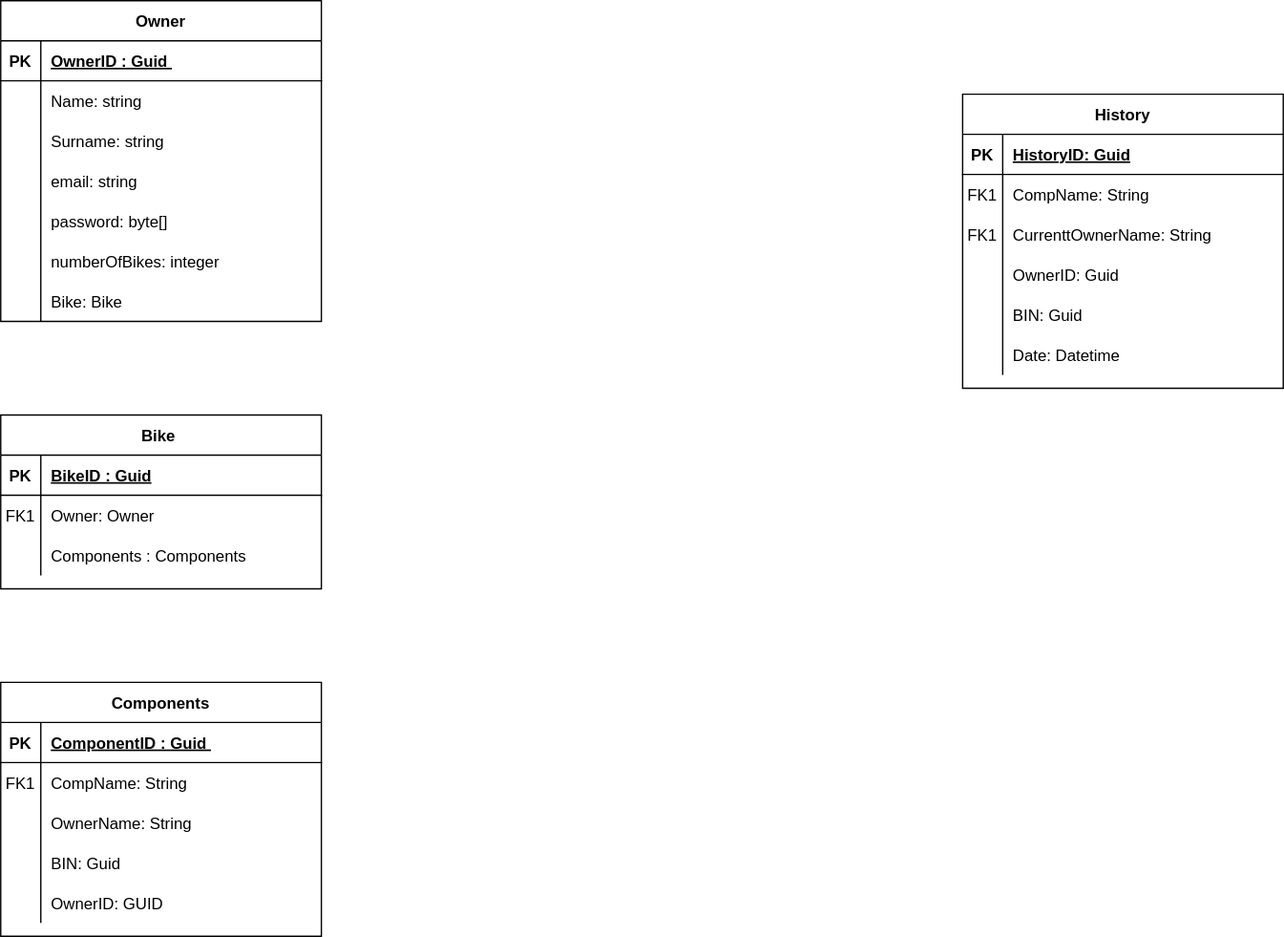
Above: docs/images/tracing-db.drawio.svg in elias-pitsi/Microbility-tracing (draw.io), before the change. Source tidied: cells renumbered, new cells last; positions are measured from the earlier drawing's top-left corner, leaving out a move shared by most shapes.
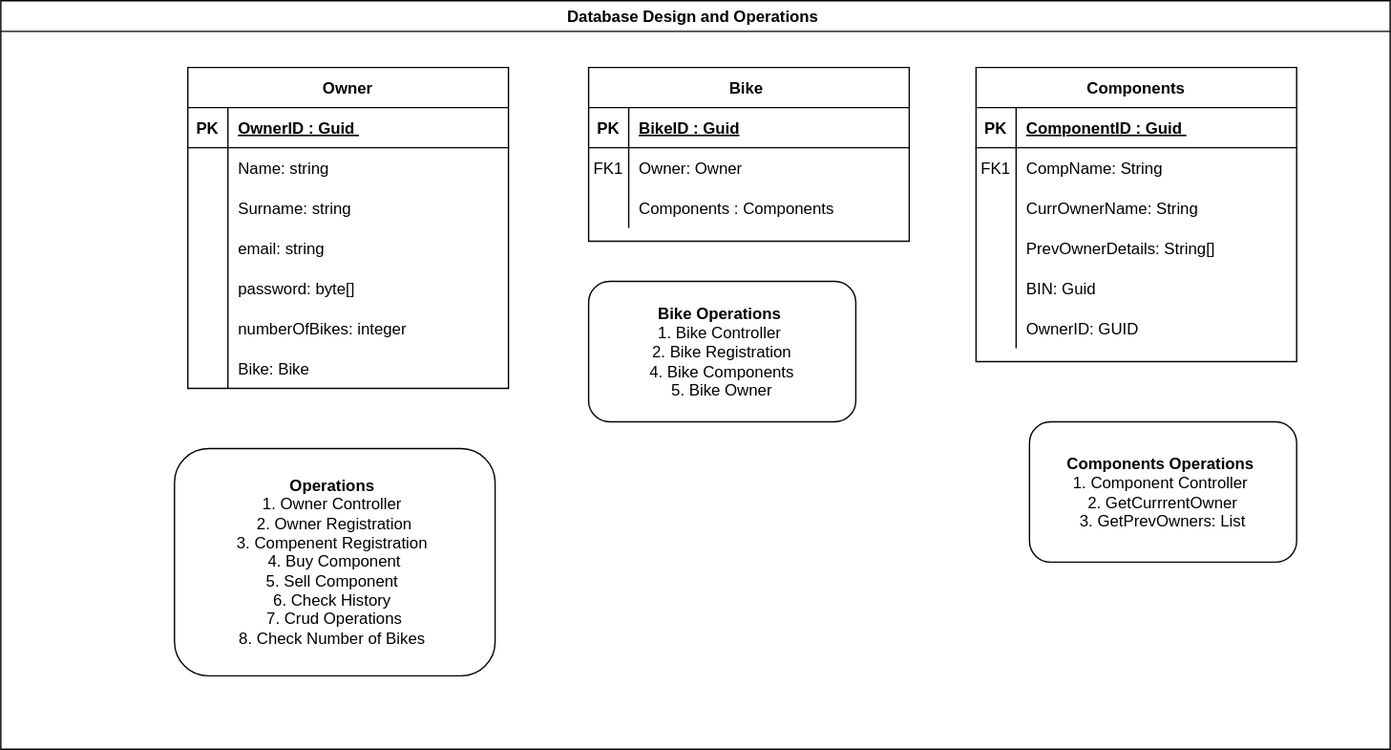
The same diagram one commit later.

Diff of the diagram source:
```diff
@@ -3,7 +3,7 @@
     <mxCell id="0" />
     <mxCell id="1" parent="0" />
     <mxCell id="2" value="Bike " style="shape=table;startSize=30;rowLines=0;fontStyle=1;align=center;" parent="1" vertex="1">
-      <mxGeometry y="310" width="240" height="130" as="geometry" />
+      <mxGeometry x="280" y="-100" width="240" height="130" as="geometry" />
     </mxCell>
     <mxCell id="3" style="shape=partialRectangle;fillColor=none;top=0;left=0;right=0;bottom=1;" parent="2" vertex="1">
       <mxGeometry y="30" width="240" height="30" as="geometry" />
@@ -33,7 +33,7 @@
       <mxGeometry x="30" width="210" height="30" as="geometry" />
     </mxCell>
     <mxCell id="12" value="Components" style="shape=table;startSize=30;rowLines=0;fontStyle=1;align=center;" parent="1" vertex="1">
-      <mxGeometry y="510" width="240" height="190" as="geometry" />
+      <mxGeometry x="570" y="-100" width="240" height="220" as="geometry" />
     </mxCell>
     <mxCell id="13" style="shape=partialRectangle;fillColor=none;top=0;left=0;right=0;bottom=1;" parent="12" vertex="1">
       <mxGeometry y="30" width="240" height="30" as="geometry" />
@@ -59,11 +59,20 @@
     <mxCell id="20" style="shape=partialRectangle;overflow=hidden;fillColor=none;top=0;left=0;bottom=0;right=0;" parent="19" vertex="1">
       <mxGeometry width="30" height="30" as="geometry" />
     </mxCell>
-    <mxCell id="21" value="OwnerName: String" style="shape=partialRectangle;overflow=hidden;fillColor=none;top=0;left=0;bottom=0;right=0;align=left;spacingLeft=6;" parent="19" vertex="1">
+    <mxCell id="21" value="CurrOwnerName: String" style="shape=partialRectangle;overflow=hidden;fillColor=none;top=0;left=0;bottom=0;right=0;align=left;spacingLeft=6;" parent="19" vertex="1">
       <mxGeometry x="30" width="210" height="30" as="geometry" />
     </mxCell>
+    <mxCell id="60" style="shape=partialRectangle;fillColor=none;top=0;left=0;right=0;bottom=0;" parent="12" vertex="1">
+      <mxGeometry y="120" width="240" height="30" as="geometry" />
+    </mxCell>
+    <mxCell id="69" style="shape=partialRectangle;overflow=hidden;fillColor=none;top=0;left=0;bottom=0;right=0;" parent="60" vertex="1">
+      <mxGeometry width="30" height="30" as="geometry" />
+    </mxCell>
+    <mxCell id="70" value="PrevOwnerDetails: String[]" style="shape=partialRectangle;overflow=hidden;fillColor=none;top=0;left=0;bottom=0;right=0;align=left;spacingLeft=6;" parent="60" vertex="1">
+      <mxGeometry x="30" width="210" height="30" as="geometry" />
+    </mxCell>
     <mxCell id="22" style="shape=partialRectangle;fillColor=none;top=0;left=0;right=0;bottom=0;" parent="12" vertex="1">
-      <mxGeometry y="120" width="240" height="30" as="geometry" />
+      <mxGeometry y="150" width="240" height="30" as="geometry" />
     </mxCell>
     <mxCell id="23" style="shape=partialRectangle;overflow=hidden;fillColor=none;top=0;left=0;bottom=0;right=0;" parent="22" vertex="1">
       <mxGeometry width="30" height="30" as="geometry" />
@@ -72,7 +81,7 @@
       <mxGeometry x="30" width="210" height="30" as="geometry" />
     </mxCell>
     <mxCell id="25" style="shape=partialRectangle;fillColor=none;top=0;left=0;right=0;bottom=0;" parent="12" vertex="1">
-      <mxGeometry y="150" width="240" height="30" as="geometry" />
+      <mxGeometry y="180" width="240" height="30" as="geometry" />
     </mxCell>
     <mxCell id="26" style="shape=partialRectangle;overflow=hidden;fillColor=none;top=0;left=0;bottom=0;right=0;" parent="25" vertex="1">
       <mxGeometry width="30" height="30" as="geometry" />
@@ -81,7 +90,7 @@
       <mxGeometry x="30" width="210" height="30" as="geometry" />
     </mxCell>
     <mxCell id="28" value="Owner" style="shape=table;startSize=30;rowLines=0;fontStyle=1;align=center;" parent="1" vertex="1">
-      <mxGeometry width="240" height="240" as="geometry" />
+      <mxGeometry x="-20" y="-100" width="240" height="240" as="geometry" />
     </mxCell>
     <mxCell id="29" style="shape=partialRectangle;fillColor=none;top=0;left=0;right=0;bottom=1;" parent="28" vertex="1">
       <mxGeometry y="30" width="240" height="30" as="geometry" />
@@ -146,62 +155,20 @@
     <mxCell id="49" value="Bike: Bike" style="shape=partialRectangle;overflow=hidden;fillColor=none;top=0;left=0;bottom=0;right=0;align=left;spacingLeft=6;" parent="47" vertex="1">
       <mxGeometry x="30" width="210" height="30" as="geometry" />
     </mxCell>
-    <mxCell id="50" value="History" style="shape=table;startSize=30;rowLines=0;fontStyle=1;align=center;" parent="1" vertex="1">
-      <mxGeometry x="720" y="70" width="240" height="220" as="geometry" />
-    </mxCell>
-    <mxCell id="51" style="shape=partialRectangle;fillColor=none;top=0;left=0;right=0;bottom=1;" parent="50" vertex="1">
-      <mxGeometry y="30" width="240" height="30" as="geometry" />
-    </mxCell>
-    <mxCell id="52" value="PK" style="shape=partialRectangle;overflow=hidden;fillColor=none;top=0;left=0;bottom=0;right=0;fontStyle=1;" parent="51" vertex="1">
-      <mxGeometry width="30" height="30" as="geometry" />
-    </mxCell>
-    <mxCell id="53" value="HistoryID: Guid" style="shape=partialRectangle;overflow=hidden;fillColor=none;top=0;left=0;bottom=0;right=0;align=left;spacingLeft=6;fontStyle=5;" parent="51" vertex="1">
-      <mxGeometry x="30" width="210" height="30" as="geometry" />
-    </mxCell>
-    <mxCell id="54" style="shape=partialRectangle;fillColor=none;top=0;left=0;right=0;bottom=0;" parent="50" vertex="1">
-      <mxGeometry y="60" width="240" height="30" as="geometry" />
-    </mxCell>
-    <mxCell id="55" value="FK1" style="shape=partialRectangle;overflow=hidden;fillColor=none;top=0;left=0;bottom=0;right=0;" parent="54" vertex="1">
-      <mxGeometry width="30" height="30" as="geometry" />
-    </mxCell>
-    <mxCell id="56" value="CompName: String" style="shape=partialRectangle;overflow=hidden;fillColor=none;top=0;left=0;bottom=0;right=0;align=left;spacingLeft=6;" parent="54" vertex="1">
-      <mxGeometry x="30" width="210" height="30" as="geometry" />
-    </mxCell>
-    <mxCell id="57" style="shape=partialRectangle;fillColor=none;top=0;left=0;right=0;bottom=0;" parent="50" vertex="1">
-      <mxGeometry y="90" width="240" height="30" as="geometry" />
-    </mxCell>
-    <mxCell id="58" value="FK1" style="shape=partialRectangle;overflow=hidden;fillColor=none;top=0;left=0;bottom=0;right=0;" parent="57" vertex="1">
-      <mxGeometry width="30" height="30" as="geometry" />
-    </mxCell>
-    <mxCell id="59" value="CurrenttOwnerName: String " style="shape=partialRectangle;overflow=hidden;fillColor=none;top=0;left=0;bottom=0;right=0;align=left;spacingLeft=6;" parent="57" vertex="1">
-      <mxGeometry x="30" width="210" height="30" as="geometry" />
-    </mxCell>
-    <mxCell id="60" style="shape=partialRectangle;fillColor=none;top=0;left=0;right=0;bottom=0;" parent="50" vertex="1">
-      <mxGeometry y="120" width="240" height="30" as="geometry" />
-    </mxCell>
-    <mxCell id="61" style="shape=partialRectangle;overflow=hidden;fillColor=none;top=0;left=0;bottom=0;right=0;" parent="60" vertex="1">
-      <mxGeometry width="30" height="30" as="geometry" />
-    </mxCell>
-    <mxCell id="62" value="OwnerID: Guid " style="shape=partialRectangle;overflow=hidden;fillColor=none;top=0;left=0;bottom=0;right=0;align=left;spacingLeft=6;" parent="60" vertex="1">
-      <mxGeometry x="30" width="210" height="30" as="geometry" />
-    </mxCell>
-    <mxCell id="63" style="shape=partialRectangle;fillColor=none;top=0;left=0;right=0;bottom=0;" parent="50" vertex="1">
-      <mxGeometry y="150" width="240" height="30" as="geometry" />
-    </mxCell>
-    <mxCell id="64" style="shape=partialRectangle;overflow=hidden;fillColor=none;top=0;left=0;bottom=0;right=0;" parent="63" vertex="1">
-      <mxGeometry width="30" height="30" as="geometry" />
-    </mxCell>
-    <mxCell id="65" value="BIN: Guid " style="shape=partialRectangle;overflow=hidden;fillColor=none;top=0;left=0;bottom=0;right=0;align=left;spacingLeft=6;" parent="63" vertex="1">
-      <mxGeometry x="30" width="210" height="30" as="geometry" />
-    </mxCell>
-    <mxCell id="66" style="shape=partialRectangle;fillColor=none;top=0;left=0;right=0;bottom=0;" parent="50" vertex="1">
-      <mxGeometry y="180" width="240" height="30" as="geometry" />
-    </mxCell>
-    <mxCell id="67" style="shape=partialRectangle;overflow=hidden;fillColor=none;top=0;left=0;bottom=0;right=0;" parent="66" vertex="1">
-      <mxGeometry width="30" height="30" as="geometry" />
-    </mxCell>
-    <mxCell id="68" value="Date: Datetime" style="shape=partialRectangle;overflow=hidden;fillColor=none;top=0;left=0;bottom=0;right=0;align=left;spacingLeft=6;" parent="66" vertex="1">
-      <mxGeometry x="30" width="210" height="30" as="geometry" />
-    </mxCell>
+    <mxCell id="71" value="&lt;br&gt;" style="text;html=1;align=center;verticalAlign=middle;strokeColor=none;fillColor=none;" parent="1" vertex="1">
+      <mxGeometry x="20" y="255" width="20" height="30" as="geometry" />
+    </mxCell>
+    <mxCell id="72" value="&lt;b&gt;Operations&amp;nbsp;&lt;br&gt;&lt;/b&gt;1. Owner Controller&amp;nbsp;&lt;br&gt;2. Owner Registration&lt;br&gt;3. Compenent Registration&amp;nbsp;&lt;br&gt;4. Buy Component&lt;br&gt;5. Sell Component&amp;nbsp;&lt;br&gt;6. Check History&amp;nbsp;&lt;br&gt;7. Crud Operations&lt;br&gt;8. Check Number of Bikes&amp;nbsp;" style="rounded=1;whiteSpace=wrap;html=1;" parent="1" vertex="1">
+      <mxGeometry x="-30" y="185" width="240" height="170" as="geometry" />
+    </mxCell>
+    <mxCell id="73" value="&lt;b&gt;Bike Operations&amp;nbsp;&lt;br&gt;&lt;/b&gt;1. Bike Controller&amp;nbsp;&lt;br&gt;2. Bike Registration&lt;br&gt;4. Bike Components&lt;br&gt;5. Bike Owner" style="rounded=1;whiteSpace=wrap;html=1;" parent="1" vertex="1">
+      <mxGeometry x="280" y="60" width="200" height="105" as="geometry" />
+    </mxCell>
+    <mxCell id="74" value="&lt;b&gt;Components Operations&amp;nbsp;&lt;br&gt;&lt;/b&gt;1. Component Controller&amp;nbsp;&lt;br&gt;2. GetCurrrentOwner&lt;br&gt;3. GetPrevOwners: List" style="rounded=1;whiteSpace=wrap;html=1;" parent="1" vertex="1">
+      <mxGeometry x="610" y="165" width="200" height="105" as="geometry" />
+    </mxCell>
+    <mxCell id="75" value="Database Design and Operations " style="swimlane;" parent="1" vertex="1">
+      <mxGeometry x="-160" y="-150" width="1040" height="560" as="geometry" />
+    </mxCell>
   </root>
 </mxGraphModel>
```
